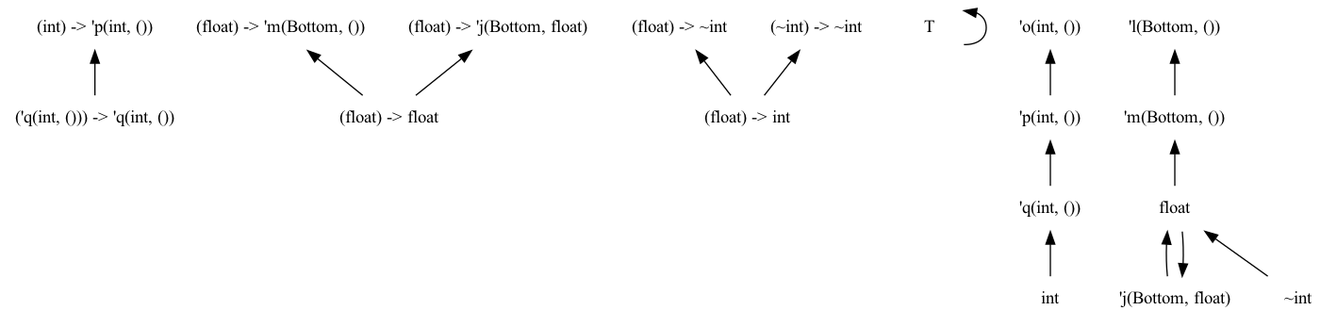
Earlier version of the Graphviz export dots/png/6.dot.png (chocobo333/regino). Its source is kept beside it as dots/6.dot.
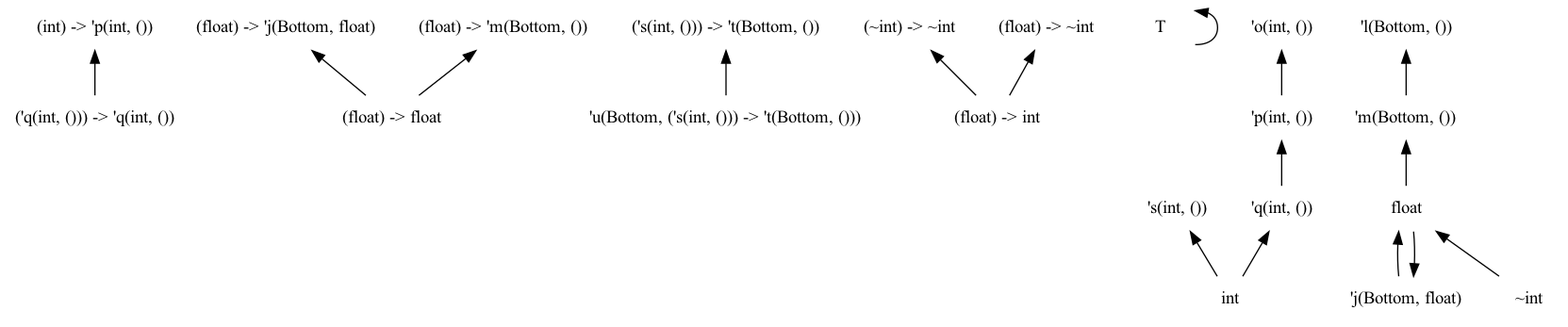
After the commit.

The edit, as a diff of the source:
```diff
@@ -9,16 +9,19 @@
     dir = back
     ];
   "('q(int, ())) -> 'q(int, ())"
+  "(float) -> 'j(Bottom, float)"
   "(float) -> 'm(Bottom, ())"
+  "('s(int, ())) -> 't(Bottom, ())"
   "(int) -> 'p(int, ())"
+  "(~int) -> ~int"
   "(float) -> ~int"
-  "(~int) -> ~int"
-  "(float) -> 'j(Bottom, float)"
   "T"
+  "'u(Bottom, ('s(int, ())) -> 't(Bottom, ()))"
   "'p(int, ())"
   "'q(int, ())"
   "'m(Bottom, ())"
   "'j(Bottom, float)"
+  "'s(int, ())"
   "'o(int, ())"
   "'l(Bottom, ())"
   "float"
@@ -27,17 +30,19 @@
   "(float) -> int"
   "(float) -> float"
   "(~int) -> ~int" -> "(float) -> int"
+  "(float) -> ~int" -> "(float) -> int"
   "(float) -> 'j(Bottom, float)" -> "(float) -> float"
   "(float) -> 'm(Bottom, ())" -> "(float) -> float"
   "T" -> "T"
   "float" -> "'j(Bottom, float)"
   "float" -> "~int"
+  "'s(int, ())" -> "int"
   "'o(int, ())" -> "'p(int, ())"
   "'q(int, ())" -> "int"
   "'p(int, ())" -> "'q(int, ())"
   "'l(Bottom, ())" -> "'m(Bottom, ())"
   "'m(Bottom, ())" -> "float"
   "'j(Bottom, float)" -> "float"
+  "('s(int, ())) -> 't(Bottom, ())" -> "'u(Bottom, ('s(int, ())) -> 't(Bottom, ()))"
   "(int) -> 'p(int, ())" -> "('q(int, ())) -> 'q(int, ())"
-  "(float) -> ~int" -> "(float) -> int"
 }
```
